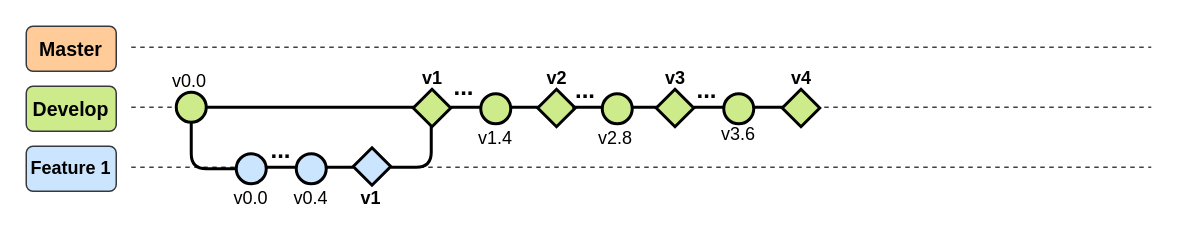
The draw.io diagram page "Develop" (2 of 3) of 03_ImagenesRepo/01_GitFlow.drawio in LEOSZ8/Tesis_Msc_LSZ, before the edit. Source tidied: cells renumbered, new cells numbered last; positions are measured from the earlier drawing's top-left corner, leaving out a move shared by most shapes. Both pictures are drawn from the tidied source at 150%, with x=0, y=0 at pixel (26, 26).
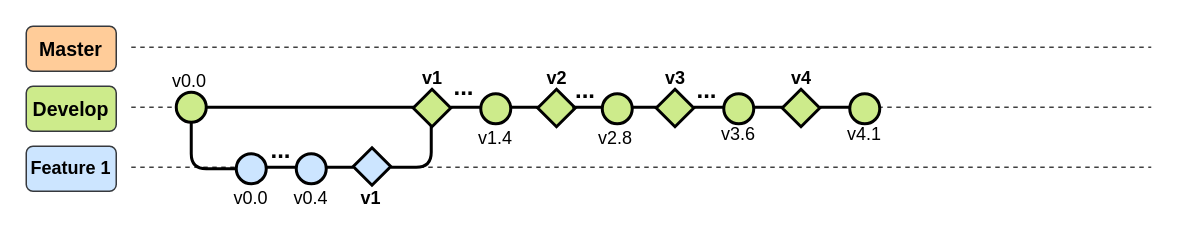
The same page after the edit.

Diff of the diagram source:
```diff
@@
+    <mxCell id="45" style="edgeStyle=orthogonalEdgeStyle;rounded=0;orthogonalLoop=1;jettySize=auto;html=1;endArrow=none;endFill=0;strokeWidth=2;" parent="1" edge="1">
+      <mxGeometry relative="1" as="geometry">
+        <mxPoint x="529" y="54" as="sourcePoint" />
+        <mxPoint x="549" y="54" as="targetPoint" />
+      </mxGeometry>
+    </mxCell>
+    <mxCell id="46" style="ellipse;whiteSpace=wrap;html=1;fillColor=#CDEB8B;strokeColor=#000000;strokeWidth=2;" parent="1" vertex="1">
+      <mxGeometry x="549" y="45" width="20" height="20" as="geometry" />
+    </mxCell>
+    <mxCell id="47" value="v4.1" style="text;html=1;align=center;verticalAlign=middle;whiteSpace=wrap;rounded=0;" parent="1" vertex="1">
+      <mxGeometry x="544" y="67" width="30" height="10" as="geometry" />
+    </mxCell>
```
